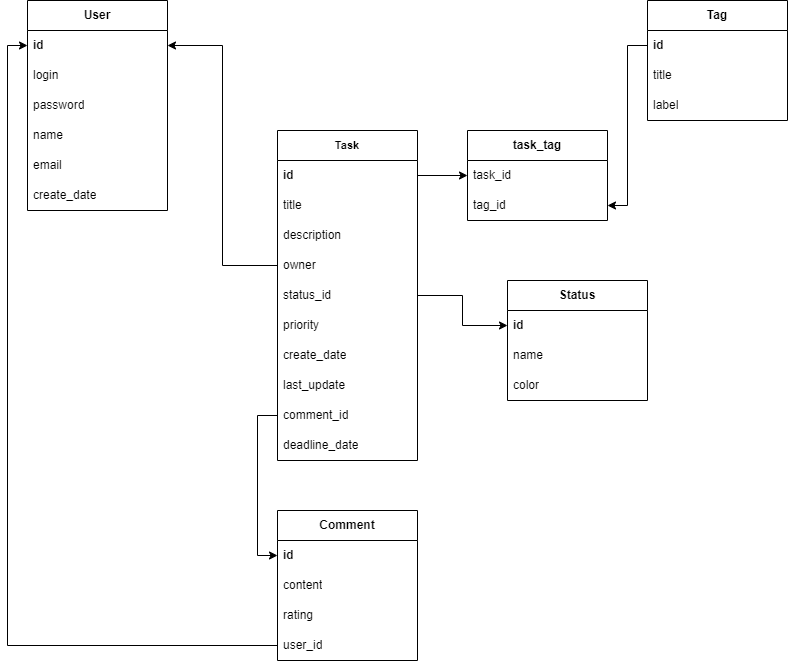
Above: db_schema.drawio.png in dmitrijgashuk/Task_Manager (draw.io), before the change. Source tidied: cells renumbered, new cells last; positions are measured from the earlier drawing's top-left corner, leaving out a move shared by most shapes.
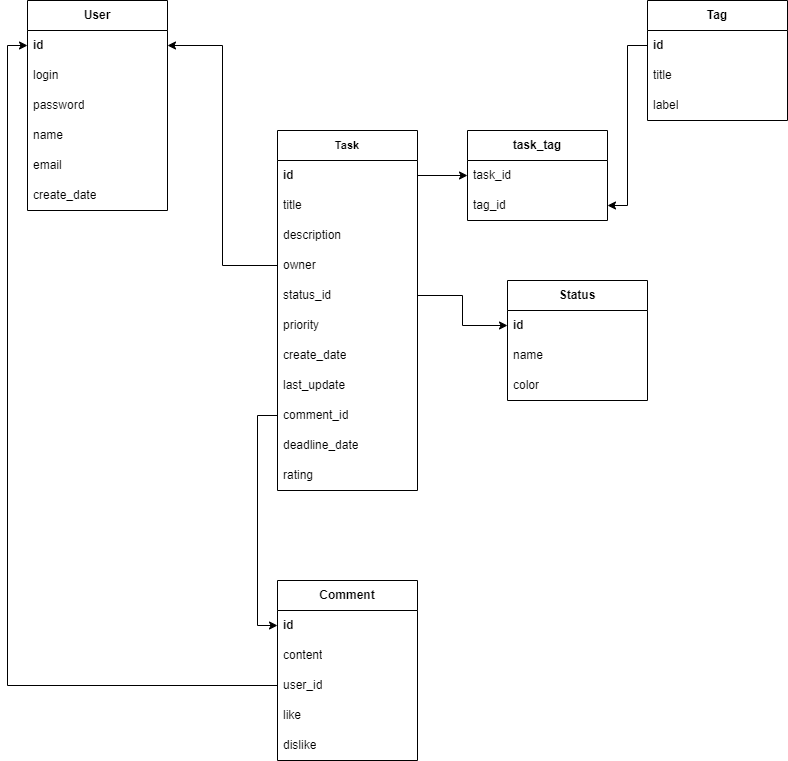
The same diagram one commit later.

Change to the diagram source:
```diff
@@ -24,7 +24,7 @@
       <mxGeometry y="180" width="140" height="30" as="geometry" />
     </mxCell>
     <mxCell id="9" value="Task" style="swimlane;fontStyle=1;horizontal=1;startSize=30;whiteSpace=wrap;html=1;fontSize=11;" parent="1" vertex="1">
-      <mxGeometry x="250" y="130" width="140" height="330" as="geometry" />
+      <mxGeometry x="250" y="130" width="140" height="360" as="geometry" />
     </mxCell>
     <mxCell id="10" value="id" style="text;strokeColor=none;fillColor=none;align=left;verticalAlign=middle;spacingLeft=4;spacingRight=4;overflow=hidden;points=[[0,0.5],[1,0.5]];portConstraint=eastwest;whiteSpace=wrap;html=1;fontStyle=1;" parent="9" vertex="1">
       <mxGeometry y="30" width="140" height="30" as="geometry" />
@@ -56,8 +56,11 @@
     <mxCell id="19" value="deadline_date" style="text;strokeColor=none;fillColor=none;align=left;verticalAlign=middle;spacingLeft=4;spacingRight=4;overflow=hidden;whiteSpace=wrap;html=1;" parent="9" vertex="1">
       <mxGeometry y="300" width="140" height="30" as="geometry" />
     </mxCell>
+    <mxCell id="42" value="rating" style="text;strokeColor=none;fillColor=none;align=left;verticalAlign=middle;spacingLeft=4;spacingRight=4;overflow=hidden;whiteSpace=wrap;html=1;" parent="9" vertex="1">
+      <mxGeometry y="330" width="140" height="30" as="geometry" />
+    </mxCell>
     <mxCell id="20" value="Comment" style="swimlane;fontStyle=1;horizontal=1;startSize=30;whiteSpace=wrap;html=1;" parent="1" vertex="1">
-      <mxGeometry x="250" y="510" width="140" height="150" as="geometry" />
+      <mxGeometry x="250" y="580" width="140" height="180" as="geometry" />
     </mxCell>
     <mxCell id="21" value="id" style="text;strokeColor=none;fillColor=none;align=left;verticalAlign=middle;spacingLeft=4;spacingRight=4;overflow=hidden;points=[[0,0.5],[1,0.5]];portConstraint=eastwest;whiteSpace=wrap;html=1;fontStyle=1;" parent="20" vertex="1">
       <mxGeometry y="30" width="140" height="30" as="geometry" />
@@ -65,12 +68,15 @@
     <mxCell id="22" value="content" style="text;strokeColor=none;fillColor=none;align=left;verticalAlign=middle;spacingLeft=4;spacingRight=4;overflow=hidden;whiteSpace=wrap;html=1;" parent="20" vertex="1">
       <mxGeometry y="60" width="140" height="30" as="geometry" />
     </mxCell>
+    <mxCell id="24" value="user_id" style="text;strokeColor=none;fillColor=none;align=left;verticalAlign=middle;spacingLeft=4;spacingRight=4;overflow=hidden;points=[[0,0.5],[1,0.5]];portConstraint=eastwest;whiteSpace=wrap;html=1;" parent="20" vertex="1">
+      <mxGeometry y="90" width="140" height="30" as="geometry" />
+    </mxCell>
-    <mxCell id="23" value="rating" style="text;strokeColor=none;fillColor=none;align=left;verticalAlign=middle;spacingLeft=4;spacingRight=4;overflow=hidden;whiteSpace=wrap;html=1;" parent="20" vertex="1">
-      <mxGeometry y="90" width="140" height="30" as="geometry" />
+    <mxCell id="23" value="like" style="text;strokeColor=none;fillColor=none;align=left;verticalAlign=middle;spacingLeft=4;spacingRight=4;overflow=hidden;whiteSpace=wrap;html=1;" parent="20" vertex="1">
+      <mxGeometry y="120" width="140" height="30" as="geometry" />
     </mxCell>
-    <mxCell id="24" value="user_id" style="text;strokeColor=none;fillColor=none;align=left;verticalAlign=middle;spacingLeft=4;spacingRight=4;overflow=hidden;points=[[0,0.5],[1,0.5]];portConstraint=eastwest;whiteSpace=wrap;html=1;" parent="20" vertex="1">
-      <mxGeometry y="120" width="140" height="30" as="geometry" />
-    </mxCell>
+    <mxCell id="43" value="dislike" style="text;strokeColor=none;fillColor=none;align=left;verticalAlign=middle;spacingLeft=4;spacingRight=4;overflow=hidden;whiteSpace=wrap;html=1;" parent="20" vertex="1">
+      <mxGeometry y="150" width="140" height="30" as="geometry" />
+    </mxCell>
     <mxCell id="25" value="Tag" style="swimlane;fontStyle=1;horizontal=1;startSize=30;whiteSpace=wrap;html=1;" parent="1" vertex="1">
       <mxGeometry x="620" width="140" height="120" as="geometry" />
     </mxCell>
```
